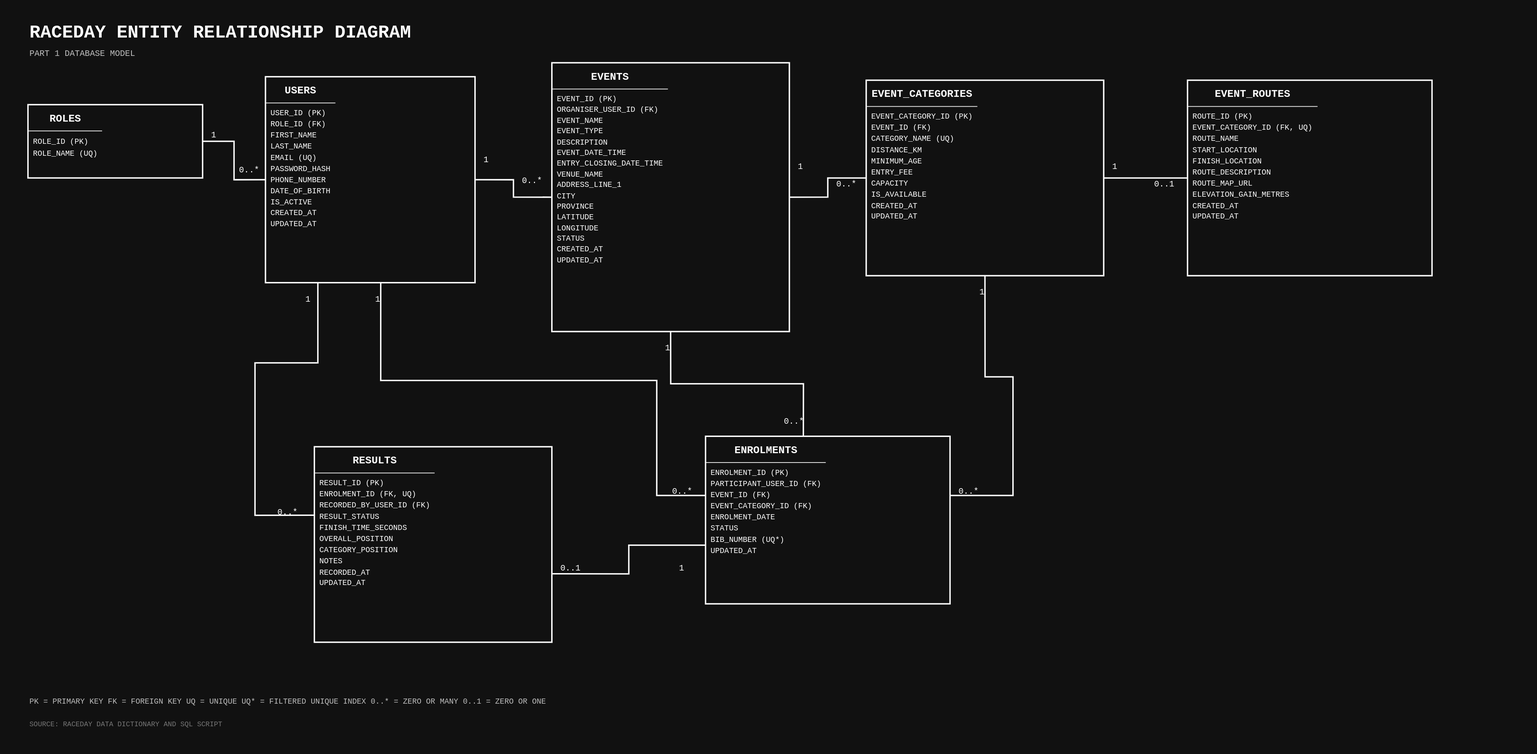
This is docs/RaceDay-ERD.svg from ST10441951/prog6212-g2-2026-POE-ST10441951, a draw.io export, as it was before one commit. Source tidied: cells renumbered, new cells last; positions are measured from the earlier drawing's top-left corner, leaving out a move shared by most shapes. Its diagram source:
```xml
<mxGraphModel background="#111111">
  <root>
    <mxCell id="0" />
    <mxCell id="1" parent="0" />
    <mxCell id="2" style="rounded=0;whiteSpace=wrap;html=1;fillColor=#111111;strokeColor=none;" parent="1" vertex="1">
      <mxGeometry width="2200" height="1080" as="geometry" />
    </mxCell>
    <mxCell id="3" value="RACEDAY ENTITY RELATIONSHIP DIAGRAM" style="text;html=1;align=left;verticalAlign=middle;whiteSpace=wrap;fontSize=26;fontStyle=1;fontColor=#FFFFFF;fontFamily=Courier New;" parent="1" vertex="1">
      <mxGeometry x="40" y="25" width="760" height="45" as="geometry" />
    </mxCell>
    <mxCell id="4" value="PART 1 DATABASE MODEL" style="text;html=1;align=left;verticalAlign=middle;whiteSpace=wrap;fontSize=12;fontColor=#BFBFBF;fontFamily=Courier New;" parent="1" vertex="1">
      <mxGeometry x="40" y="65" width="400" height="25" as="geometry" />
    </mxCell>
    <mxCell id="5" value="&lt;div style=&quot;text-align:center;font-weight:bold;font-size:15px;border-bottom:1px solid #FFFFFF;padding:7px&quot;&gt;ROLES&lt;/div&gt;&lt;div style=&quot;padding:7px;line-height:1.55&quot;&gt;ROLE_ID (PK)&lt;br&gt;ROLE_NAME (UQ)&lt;/div&gt;" style="rounded=0;whiteSpace=wrap;html=1;align=left;verticalAlign=top;spacing=0;fillColor=#111111;strokeColor=#FFFFFF;strokeWidth=2;fontColor=#FFFFFF;fontFamily=Courier New;fontSize=11;" parent="1" vertex="1">
      <mxGeometry x="40" y="150" width="250" height="105" as="geometry" />
    </mxCell>
    <mxCell id="6" value="&lt;div style=&quot;text-align:center;font-weight:bold;font-size:15px;border-bottom:1px solid #FFFFFF;padding:7px&quot;&gt;USERS&lt;/div&gt;&lt;div style=&quot;padding:7px;line-height:1.45&quot;&gt;USER_ID (PK)&lt;br&gt;ROLE_ID (FK)&lt;br&gt;FIRST_NAME&lt;br&gt;LAST_NAME&lt;br&gt;EMAIL (UQ)&lt;br&gt;PASSWORD_HASH&lt;br&gt;PHONE_NUMBER&lt;br&gt;DATE_OF_BIRTH&lt;br&gt;IS_ACTIVE&lt;br&gt;CREATED_AT&lt;br&gt;UPDATED_AT&lt;/div&gt;" style="rounded=0;whiteSpace=wrap;html=1;align=left;verticalAlign=top;spacing=0;fillColor=#111111;strokeColor=#FFFFFF;strokeWidth=2;fontColor=#FFFFFF;fontFamily=Courier New;fontSize=11;" parent="1" vertex="1">
      <mxGeometry x="380" y="110" width="300" height="295" as="geometry" />
    </mxCell>
    <mxCell id="7" value="&lt;div style=&quot;text-align:center;font-weight:bold;font-size:15px;border-bottom:1px solid #FFFFFF;padding:7px&quot;&gt;EVENTS&lt;/div&gt;&lt;div style=&quot;padding:7px;line-height:1.4&quot;&gt;EVENT_ID (PK)&lt;br&gt;ORGANISER_USER_ID (FK)&lt;br&gt;EVENT_NAME&lt;br&gt;EVENT_TYPE&lt;br&gt;DESCRIPTION&lt;br&gt;EVENT_DATE_TIME&lt;br&gt;ENTRY_CLOSING_DATE_TIME&lt;br&gt;VENUE_NAME&lt;br&gt;ADDRESS_LINE_1&lt;br&gt;CITY&lt;br&gt;PROVINCE&lt;br&gt;LATITUDE&lt;br&gt;LONGITUDE&lt;br&gt;STATUS&lt;br&gt;CREATED_AT&lt;br&gt;UPDATED_AT&lt;/div&gt;" style="rounded=0;whiteSpace=wrap;html=1;align=left;verticalAlign=top;spacing=0;fillColor=#111111;strokeColor=#FFFFFF;strokeWidth=2;fontColor=#FFFFFF;fontFamily=Courier New;fontSize=11;" parent="1" vertex="1">
      <mxGeometry x="790" y="90" width="340" height="385" as="geometry" />
    </mxCell>
    <mxCell id="8" value="&lt;div style=&quot;text-align:center;font-weight:bold;font-size:15px;border-bottom:1px solid #FFFFFF;padding:7px&quot;&gt;EVENT_CATEGORIES&lt;/div&gt;&lt;div style=&quot;padding:7px;line-height:1.45&quot;&gt;EVENT_CATEGORY_ID (PK)&lt;br&gt;EVENT_ID (FK)&lt;br&gt;CATEGORY_NAME (UQ)&lt;br&gt;DISTANCE_KM&lt;br&gt;MINIMUM_AGE&lt;br&gt;ENTRY_FEE&lt;br&gt;CAPACITY&lt;br&gt;IS_AVAILABLE&lt;br&gt;CREATED_AT&lt;br&gt;UPDATED_AT&lt;/div&gt;" style="rounded=0;whiteSpace=wrap;html=1;align=left;verticalAlign=top;spacing=0;fillColor=#111111;strokeColor=#FFFFFF;strokeWidth=2;fontColor=#FFFFFF;fontFamily=Courier New;fontSize=11;" parent="1" vertex="1">
      <mxGeometry x="1240" y="115" width="340" height="280" as="geometry" />
    </mxCell>
    <mxCell id="9" value="&lt;div style=&quot;text-align:center;font-weight:bold;font-size:15px;border-bottom:1px solid #FFFFFF;padding:7px&quot;&gt;EVENT_ROUTES&lt;/div&gt;&lt;div style=&quot;padding:7px;line-height:1.45&quot;&gt;ROUTE_ID (PK)&lt;br&gt;EVENT_CATEGORY_ID (FK, UQ)&lt;br&gt;ROUTE_NAME&lt;br&gt;START_LOCATION&lt;br&gt;FINISH_LOCATION&lt;br&gt;ROUTE_DESCRIPTION&lt;br&gt;ROUTE_MAP_URL&lt;br&gt;ELEVATION_GAIN_METRES&lt;br&gt;CREATED_AT&lt;br&gt;UPDATED_AT&lt;/div&gt;" style="rounded=0;whiteSpace=wrap;html=1;align=left;verticalAlign=top;spacing=0;fillColor=#111111;strokeColor=#FFFFFF;strokeWidth=2;fontColor=#FFFFFF;fontFamily=Courier New;fontSize=11;" parent="1" vertex="1">
      <mxGeometry x="1700" y="115" width="350" height="280" as="geometry" />
    </mxCell>
    <mxCell id="10" value="&lt;div style=&quot;text-align:center;font-weight:bold;font-size:15px;border-bottom:1px solid #FFFFFF;padding:7px&quot;&gt;RESULTS&lt;/div&gt;&lt;div style=&quot;padding:7px;line-height:1.45&quot;&gt;RESULT_ID (PK)&lt;br&gt;ENROLMENT_ID (FK, UQ)&lt;br&gt;RECORDED_BY_USER_ID (FK)&lt;br&gt;RESULT_STATUS&lt;br&gt;FINISH_TIME_SECONDS&lt;br&gt;OVERALL_POSITION&lt;br&gt;CATEGORY_POSITION&lt;br&gt;NOTES&lt;br&gt;RECORDED_AT&lt;br&gt;UPDATED_AT&lt;/div&gt;" style="rounded=0;whiteSpace=wrap;html=1;align=left;verticalAlign=top;spacing=0;fillColor=#111111;strokeColor=#FFFFFF;strokeWidth=2;fontColor=#FFFFFF;fontFamily=Courier New;fontSize=11;" parent="1" vertex="1">
      <mxGeometry x="450" y="640" width="340" height="280" as="geometry" />
    </mxCell>
    <mxCell id="11" value="&lt;div style=&quot;text-align:center;font-weight:bold;font-size:15px;border-bottom:1px solid #FFFFFF;padding:7px&quot;&gt;ENROLMENTS&lt;/div&gt;&lt;div style=&quot;padding:7px;line-height:1.45&quot;&gt;ENROLMENT_ID (PK)&lt;br&gt;PARTICIPANT_USER_ID (FK)&lt;br&gt;EVENT_ID (FK)&lt;br&gt;EVENT_CATEGORY_ID (FK)&lt;br&gt;ENROLMENT_DATE&lt;br&gt;STATUS&lt;br&gt;BIB_NUMBER (UQ*)&lt;br&gt;UPDATED_AT&lt;/div&gt;" style="rounded=0;whiteSpace=wrap;html=1;align=left;verticalAlign=top;spacing=0;fillColor=#111111;strokeColor=#FFFFFF;strokeWidth=2;fontColor=#FFFFFF;fontFamily=Courier New;fontSize=11;" parent="1" vertex="1">
      <mxGeometry x="1010" y="625" width="350" height="240" as="geometry" />
    </mxCell>
    <mxCell id="12" style="edgeStyle=orthogonalEdgeStyle;rounded=0;html=1;strokeWidth=2;strokeColor=#FFFFFF;startArrow=none;endArrow=none;exitX=1;exitY=0.5;entryX=0;entryY=0.5;" parent="1" edge="1" source="5" target="6">
      <mxGeometry relative="1" as="geometry" />
    </mxCell>
    <mxCell id="13" style="edgeStyle=orthogonalEdgeStyle;rounded=0;html=1;strokeWidth=2;strokeColor=#FFFFFF;startArrow=none;endArrow=none;exitX=1;exitY=0.5;entryX=0;entryY=0.5;" parent="1" edge="1" source="6" target="7">
      <mxGeometry relative="1" as="geometry" />
    </mxCell>
    <mxCell id="14" style="edgeStyle=orthogonalEdgeStyle;rounded=0;html=1;strokeWidth=2;strokeColor=#FFFFFF;startArrow=none;endArrow=none;exitX=1;exitY=0.5;entryX=0;entryY=0.5;" parent="1" edge="1" source="7" target="8">
      <mxGeometry relative="1" as="geometry" />
    </mxCell>
    <mxCell id="15" style="edgeStyle=orthogonalEdgeStyle;rounded=0;html=1;strokeWidth=2;strokeColor=#FFFFFF;startArrow=none;endArrow=none;exitX=1;exitY=0.5;entryX=0;entryY=0.5;" parent="1" edge="1" source="8" target="9">
      <mxGeometry relative="1" as="geometry" />
    </mxCell>
    <mxCell id="16" style="edgeStyle=orthogonalEdgeStyle;rounded=0;html=1;strokeWidth=2;strokeColor=#FFFFFF;startArrow=none;endArrow=none;exitX=0.55;exitY=1;entryX=0;entryY=0.35;" parent="1" edge="1" source="6" target="11">
      <mxGeometry relative="1" as="geometry">
        <Array as="points">
          <mxPoint x="545" y="545" />
          <mxPoint x="940" y="545" />
          <mxPoint x="940" y="710" />
        </Array>
      </mxGeometry>
    </mxCell>
    <mxCell id="17" style="edgeStyle=orthogonalEdgeStyle;rounded=0;html=1;strokeWidth=2;strokeColor=#FFFFFF;startArrow=none;endArrow=none;exitX=0.5;exitY=1;entryX=0.4;entryY=0;" parent="1" edge="1" source="7" target="11">
      <mxGeometry relative="1" as="geometry" />
    </mxCell>
    <mxCell id="18" style="edgeStyle=orthogonalEdgeStyle;rounded=0;html=1;strokeWidth=2;strokeColor=#FFFFFF;startArrow=none;endArrow=none;exitX=0.5;exitY=1;entryX=1;entryY=0.35;" parent="1" edge="1" source="8" target="11">
      <mxGeometry relative="1" as="geometry">
        <Array as="points">
          <mxPoint x="1410" y="540" />
          <mxPoint x="1450" y="540" />
          <mxPoint x="1450" y="710" />
        </Array>
      </mxGeometry>
    </mxCell>
    <mxCell id="19" style="edgeStyle=orthogonalEdgeStyle;rounded=0;html=1;strokeWidth=2;strokeColor=#FFFFFF;startArrow=none;endArrow=none;exitX=0;exitY=0.65;entryX=1;entryY=0.65;" parent="1" edge="1" source="11" target="10">
      <mxGeometry relative="1" as="geometry" />
    </mxCell>
    <mxCell id="20" style="edgeStyle=orthogonalEdgeStyle;rounded=0;html=1;strokeWidth=2;strokeColor=#FFFFFF;startArrow=none;endArrow=none;exitX=0.25;exitY=1;entryX=0;entryY=0.35;" parent="1" edge="1" source="6" target="10">
      <mxGeometry relative="1" as="geometry">
        <Array as="points">
          <mxPoint x="455" y="520" />
          <mxPoint x="365" y="520" />
          <mxPoint x="365" y="738" />
        </Array>
      </mxGeometry>
    </mxCell>
    <mxCell id="21" value="1" style="text;html=1;fontColor=#FFFFFF;fontFamily=Courier New;fontSize=12;" parent="1" vertex="1">
      <mxGeometry x="300" y="180" width="30" height="25" as="geometry" />
    </mxCell>
    <mxCell id="22" value="0..*" style="text;html=1;fontColor=#FFFFFF;fontFamily=Courier New;fontSize=12;" parent="1" vertex="1">
      <mxGeometry x="340" y="230" width="45" height="25" as="geometry" />
    </mxCell>
    <mxCell id="23" value="1" style="text;html=1;fontColor=#FFFFFF;fontFamily=Courier New;fontSize=12;" parent="1" vertex="1">
      <mxGeometry x="690" y="215" width="30" height="25" as="geometry" />
    </mxCell>
    <mxCell id="24" value="0..*" style="text;html=1;fontColor=#FFFFFF;fontFamily=Courier New;fontSize=12;" parent="1" vertex="1">
      <mxGeometry x="745" y="245" width="45" height="25" as="geometry" />
    </mxCell>
    <mxCell id="25" value="1" style="text;html=1;fontColor=#FFFFFF;fontFamily=Courier New;fontSize=12;" parent="1" vertex="1">
      <mxGeometry x="1140" y="225" width="30" height="25" as="geometry" />
    </mxCell>
    <mxCell id="26" value="0..*" style="text;html=1;fontColor=#FFFFFF;fontFamily=Courier New;fontSize=12;" parent="1" vertex="1">
      <mxGeometry x="1195" y="250" width="45" height="25" as="geometry" />
    </mxCell>
    <mxCell id="27" value="1" style="text;html=1;fontColor=#FFFFFF;fontFamily=Courier New;fontSize=12;" parent="1" vertex="1">
      <mxGeometry x="1590" y="225" width="30" height="25" as="geometry" />
    </mxCell>
    <mxCell id="28" value="0..1" style="text;html=1;fontColor=#FFFFFF;fontFamily=Courier New;fontSize=12;" parent="1" vertex="1">
      <mxGeometry x="1650" y="250" width="45" height="25" as="geometry" />
    </mxCell>
    <mxCell id="29" value="1" style="text;html=1;fontColor=#FFFFFF;fontFamily=Courier New;fontSize=12;" parent="1" vertex="1">
      <mxGeometry x="535" y="415" width="30" height="25" as="geometry" />
    </mxCell>
    <mxCell id="30" value="0..*" style="text;html=1;fontColor=#FFFFFF;fontFamily=Courier New;fontSize=12;" parent="1" vertex="1">
      <mxGeometry x="960" y="690" width="45" height="25" as="geometry" />
    </mxCell>
    <mxCell id="31" value="1" style="text;html=1;fontColor=#FFFFFF;fontFamily=Courier New;fontSize=12;" parent="1" vertex="1">
      <mxGeometry x="950" y="485" width="30" height="25" as="geometry" />
    </mxCell>
    <mxCell id="32" value="0..*" style="text;html=1;fontColor=#FFFFFF;fontFamily=Courier New;fontSize=12;" parent="1" vertex="1">
      <mxGeometry x="1120" y="590" width="45" height="25" as="geometry" />
    </mxCell>
    <mxCell id="33" value="1" style="text;html=1;fontColor=#FFFFFF;fontFamily=Courier New;fontSize=12;" parent="1" vertex="1">
      <mxGeometry x="1400" y="405" width="30" height="25" as="geometry" />
    </mxCell>
    <mxCell id="34" value="0..*" style="text;html=1;fontColor=#FFFFFF;fontFamily=Courier New;fontSize=12;" parent="1" vertex="1">
      <mxGeometry x="1370" y="690" width="45" height="25" as="geometry" />
    </mxCell>
    <mxCell id="35" value="1" style="text;html=1;fontColor=#FFFFFF;fontFamily=Courier New;fontSize=12;" parent="1" vertex="1">
      <mxGeometry x="970" y="800" width="30" height="25" as="geometry" />
    </mxCell>
    <mxCell id="36" value="0..1" style="text;html=1;fontColor=#FFFFFF;fontFamily=Courier New;fontSize=12;" parent="1" vertex="1">
      <mxGeometry x="800" y="800" width="45" height="25" as="geometry" />
    </mxCell>
    <mxCell id="37" value="1" style="text;html=1;fontColor=#FFFFFF;fontFamily=Courier New;fontSize=12;" parent="1" vertex="1">
      <mxGeometry x="435" y="415" width="30" height="25" as="geometry" />
    </mxCell>
    <mxCell id="38" value="0..*" style="text;html=1;fontColor=#FFFFFF;fontFamily=Courier New;fontSize=12;" parent="1" vertex="1">
      <mxGeometry x="395" y="720" width="45" height="25" as="geometry" />
    </mxCell>
    <mxCell id="39" value="PK = PRIMARY KEY    FK = FOREIGN KEY    UQ = UNIQUE    UQ* = FILTERED UNIQUE INDEX    0..* = ZERO OR MANY    0..1 = ZERO OR ONE" style="text;html=1;align=left;verticalAlign=middle;whiteSpace=wrap;fontSize=11;fontColor=#BFBFBF;fontFamily=Courier New;" parent="1" vertex="1">
      <mxGeometry x="40" y="990" width="1500" height="30" as="geometry" />
    </mxCell>
    <mxCell id="40" value="SOURCE: RACEDAY DATA DICTIONARY AND SQL SCRIPT" style="text;html=1;align=left;verticalAlign=middle;whiteSpace=wrap;fontSize=10;fontColor=#777777;fontFamily=Courier New;" parent="1" vertex="1">
      <mxGeometry x="40" y="1025" width="800" height="25" as="geometry" />
    </mxCell>
  </root>
</mxGraphModel>
```
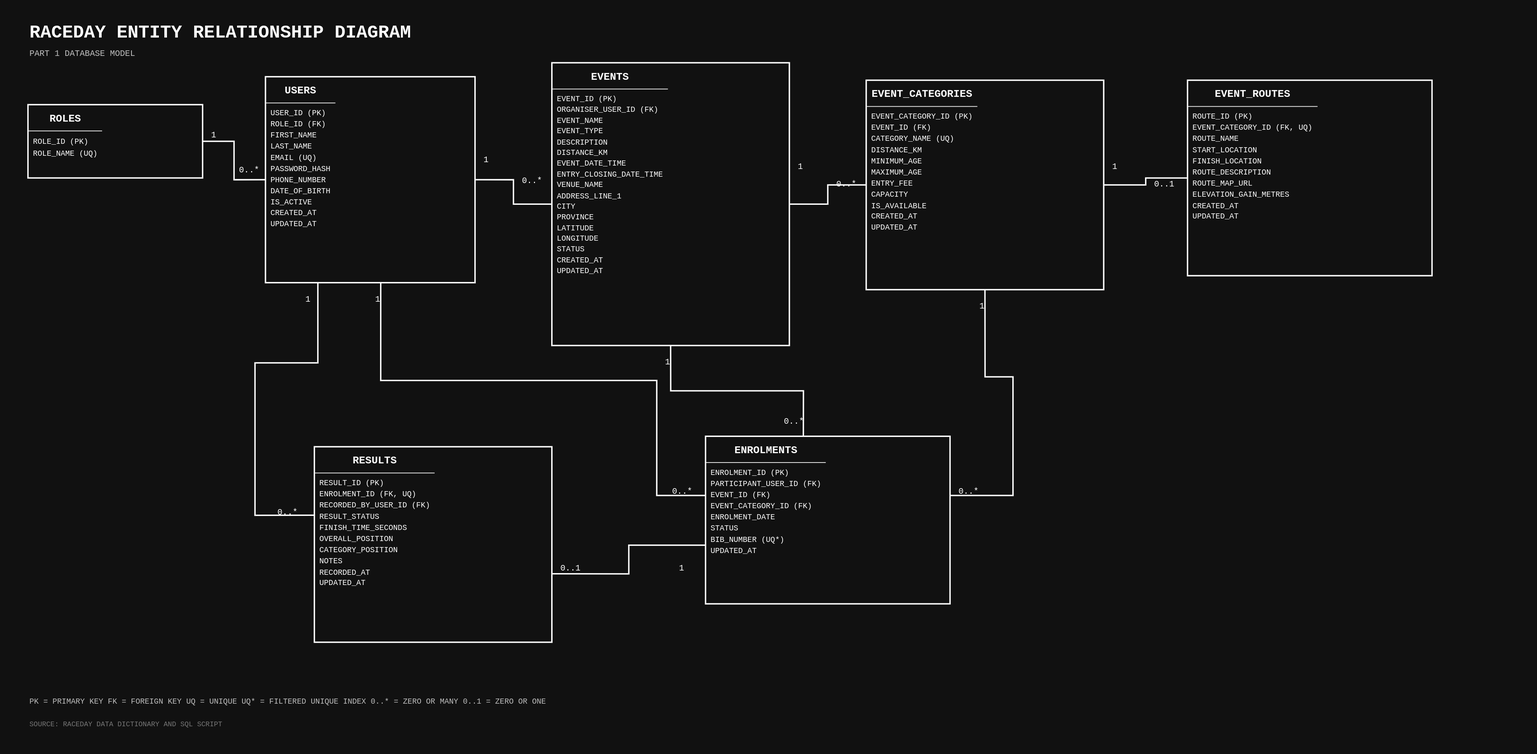
After the change.

Change to the diagram source:
```diff
@@ -17,11 +17,11 @@
     <mxCell id="6" value="&lt;div style=&quot;text-align:center;font-weight:bold;font-size:15px;border-bottom:1px solid #FFFFFF;padding:7px&quot;&gt;USERS&lt;/div&gt;&lt;div style=&quot;padding:7px;line-height:1.45&quot;&gt;USER_ID (PK)&lt;br&gt;ROLE_ID (FK)&lt;br&gt;FIRST_NAME&lt;br&gt;LAST_NAME&lt;br&gt;EMAIL (UQ)&lt;br&gt;PASSWORD_HASH&lt;br&gt;PHONE_NUMBER&lt;br&gt;DATE_OF_BIRTH&lt;br&gt;IS_ACTIVE&lt;br&gt;CREATED_AT&lt;br&gt;UPDATED_AT&lt;/div&gt;" style="rounded=0;whiteSpace=wrap;html=1;align=left;verticalAlign=top;spacing=0;fillColor=#111111;strokeColor=#FFFFFF;strokeWidth=2;fontColor=#FFFFFF;fontFamily=Courier New;fontSize=11;" parent="1" vertex="1">
       <mxGeometry x="380" y="110" width="300" height="295" as="geometry" />
     </mxCell>
-    <mxCell id="7" value="&lt;div style=&quot;text-align:center;font-weight:bold;font-size:15px;border-bottom:1px solid #FFFFFF;padding:7px&quot;&gt;EVENTS&lt;/div&gt;&lt;div style=&quot;padding:7px;line-height:1.4&quot;&gt;EVENT_ID (PK)&lt;br&gt;ORGANISER_USER_ID (FK)&lt;br&gt;EVENT_NAME&lt;br&gt;EVENT_TYPE&lt;br&gt;DESCRIPTION&lt;br&gt;EVENT_DATE_TIME&lt;br&gt;ENTRY_CLOSING_DATE_TIME&lt;br&gt;VENUE_NAME&lt;br&gt;ADDRESS_LINE_1&lt;br&gt;CITY&lt;br&gt;PROVINCE&lt;br&gt;LATITUDE&lt;br&gt;LONGITUDE&lt;br&gt;STATUS&lt;br&gt;CREATED_AT&lt;br&gt;UPDATED_AT&lt;/div&gt;" style="rounded=0;whiteSpace=wrap;html=1;align=left;verticalAlign=top;spacing=0;fillColor=#111111;strokeColor=#FFFFFF;strokeWidth=2;fontColor=#FFFFFF;fontFamily=Courier New;fontSize=11;" parent="1" vertex="1">
-      <mxGeometry x="790" y="90" width="340" height="385" as="geometry" />
+    <mxCell id="7" value="&lt;div style=&quot;text-align:center;font-weight:bold;font-size:15px;border-bottom:1px solid #FFFFFF;padding:7px&quot;&gt;EVENTS&lt;/div&gt;&lt;div style=&quot;padding:7px;line-height:1.4&quot;&gt;EVENT_ID (PK)&lt;br&gt;ORGANISER_USER_ID (FK)&lt;br&gt;EVENT_NAME&lt;br&gt;EVENT_TYPE&lt;br&gt;DESCRIPTION&lt;br&gt;DISTANCE_KM&lt;br&gt;EVENT_DATE_TIME&lt;br&gt;ENTRY_CLOSING_DATE_TIME&lt;br&gt;VENUE_NAME&lt;br&gt;ADDRESS_LINE_1&lt;br&gt;CITY&lt;br&gt;PROVINCE&lt;br&gt;LATITUDE&lt;br&gt;LONGITUDE&lt;br&gt;STATUS&lt;br&gt;CREATED_AT&lt;br&gt;UPDATED_AT&lt;/div&gt;" style="rounded=0;whiteSpace=wrap;html=1;align=left;verticalAlign=top;spacing=0;fillColor=#111111;strokeColor=#FFFFFF;strokeWidth=2;fontColor=#FFFFFF;fontFamily=Courier New;fontSize=11;" parent="1" vertex="1">
+      <mxGeometry x="790" y="90" width="340" height="405" as="geometry" />
     </mxCell>
-    <mxCell id="8" value="&lt;div style=&quot;text-align:center;font-weight:bold;font-size:15px;border-bottom:1px solid #FFFFFF;padding:7px&quot;&gt;EVENT_CATEGORIES&lt;/div&gt;&lt;div style=&quot;padding:7px;line-height:1.45&quot;&gt;EVENT_CATEGORY_ID (PK)&lt;br&gt;EVENT_ID (FK)&lt;br&gt;CATEGORY_NAME (UQ)&lt;br&gt;DISTANCE_KM&lt;br&gt;MINIMUM_AGE&lt;br&gt;ENTRY_FEE&lt;br&gt;CAPACITY&lt;br&gt;IS_AVAILABLE&lt;br&gt;CREATED_AT&lt;br&gt;UPDATED_AT&lt;/div&gt;" style="rounded=0;whiteSpace=wrap;html=1;align=left;verticalAlign=top;spacing=0;fillColor=#111111;strokeColor=#FFFFFF;strokeWidth=2;fontColor=#FFFFFF;fontFamily=Courier New;fontSize=11;" parent="1" vertex="1">
-      <mxGeometry x="1240" y="115" width="340" height="280" as="geometry" />
+    <mxCell id="8" value="&lt;div style=&quot;text-align:center;font-weight:bold;font-size:15px;border-bottom:1px solid #FFFFFF;padding:7px&quot;&gt;EVENT_CATEGORIES&lt;/div&gt;&lt;div style=&quot;padding:7px;line-height:1.45&quot;&gt;EVENT_CATEGORY_ID (PK)&lt;br&gt;EVENT_ID (FK)&lt;br&gt;CATEGORY_NAME (UQ)&lt;br&gt;DISTANCE_KM&lt;br&gt;MINIMUM_AGE&lt;br&gt;MAXIMUM_AGE&lt;br&gt;ENTRY_FEE&lt;br&gt;CAPACITY&lt;br&gt;IS_AVAILABLE&lt;br&gt;CREATED_AT&lt;br&gt;UPDATED_AT&lt;/div&gt;" style="rounded=0;whiteSpace=wrap;html=1;align=left;verticalAlign=top;spacing=0;fillColor=#111111;strokeColor=#FFFFFF;strokeWidth=2;fontColor=#FFFFFF;fontFamily=Courier New;fontSize=11;" parent="1" vertex="1">
+      <mxGeometry x="1240" y="115" width="340" height="300" as="geometry" />
     </mxCell>
     <mxCell id="9" value="&lt;div style=&quot;text-align:center;font-weight:bold;font-size:15px;border-bottom:1px solid #FFFFFF;padding:7px&quot;&gt;EVENT_ROUTES&lt;/div&gt;&lt;div style=&quot;padding:7px;line-height:1.45&quot;&gt;ROUTE_ID (PK)&lt;br&gt;EVENT_CATEGORY_ID (FK, UQ)&lt;br&gt;ROUTE_NAME&lt;br&gt;START_LOCATION&lt;br&gt;FINISH_LOCATION&lt;br&gt;ROUTE_DESCRIPTION&lt;br&gt;ROUTE_MAP_URL&lt;br&gt;ELEVATION_GAIN_METRES&lt;br&gt;CREATED_AT&lt;br&gt;UPDATED_AT&lt;/div&gt;" style="rounded=0;whiteSpace=wrap;html=1;align=left;verticalAlign=top;spacing=0;fillColor=#111111;strokeColor=#FFFFFF;strokeWidth=2;fontColor=#FFFFFF;fontFamily=Courier New;fontSize=11;" parent="1" vertex="1">
       <mxGeometry x="1700" y="115" width="350" height="280" as="geometry" />
@@ -108,13 +108,13 @@
       <mxGeometry x="960" y="690" width="45" height="25" as="geometry" />
     </mxCell>
     <mxCell id="31" value="1" style="text;html=1;fontColor=#FFFFFF;fontFamily=Courier New;fontSize=12;" parent="1" vertex="1">
-      <mxGeometry x="950" y="485" width="30" height="25" as="geometry" />
+      <mxGeometry x="950" y="505" width="30" height="25" as="geometry" />
     </mxCell>
     <mxCell id="32" value="0..*" style="text;html=1;fontColor=#FFFFFF;fontFamily=Courier New;fontSize=12;" parent="1" vertex="1">
       <mxGeometry x="1120" y="590" width="45" height="25" as="geometry" />
     </mxCell>
     <mxCell id="33" value="1" style="text;html=1;fontColor=#FFFFFF;fontFamily=Courier New;fontSize=12;" parent="1" vertex="1">
-      <mxGeometry x="1400" y="405" width="30" height="25" as="geometry" />
+      <mxGeometry x="1400" y="425" width="30" height="25" as="geometry" />
     </mxCell>
     <mxCell id="34" value="0..*" style="text;html=1;fontColor=#FFFFFF;fontFamily=Courier New;fontSize=12;" parent="1" vertex="1">
       <mxGeometry x="1370" y="690" width="45" height="25" as="geometry" />
```
